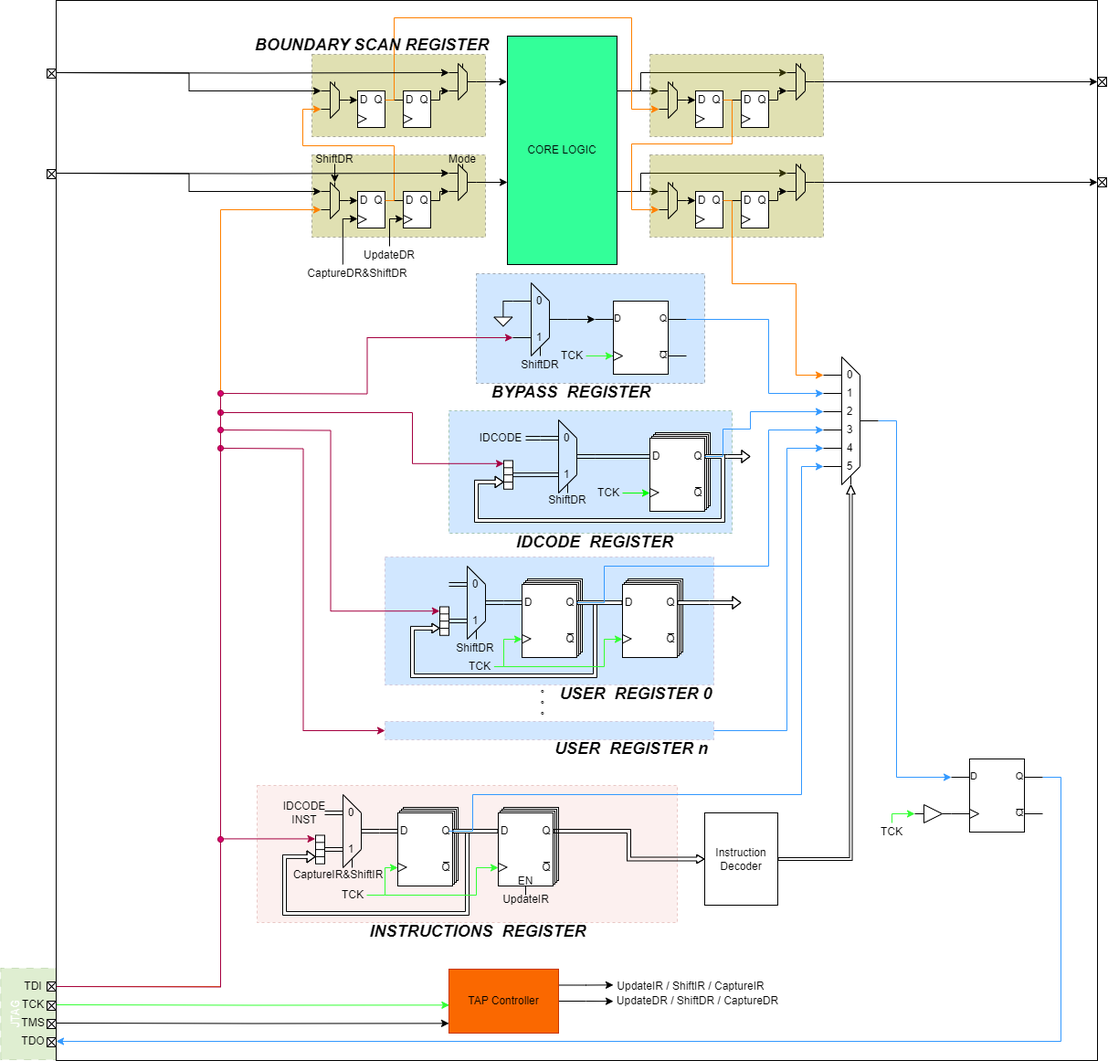
The draw.io diagram _posts/JTAG协议与硬件实现/JTAG_Arch.png in Verdvana/Verdvana.github.io, before a commit. Source tidied: cells renumbered, new cells last; positions are measured from the earlier drawing's top-left corner, leaving out a move shared by most shapes.
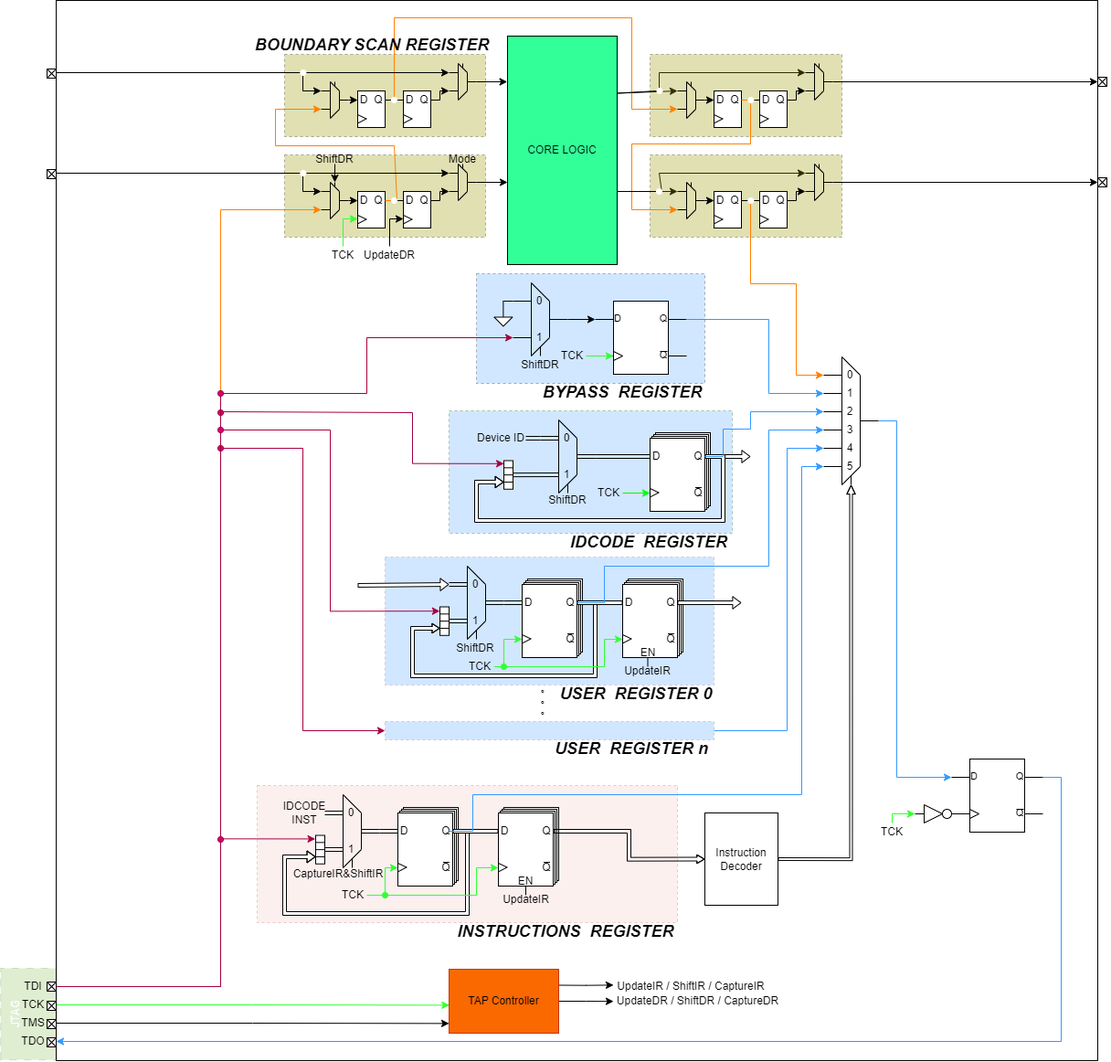
Later version of the same file.

Diff of the diagram source:
```diff
@@ -11,6 +11,6 @@
     <mxCell id="4" style="rounded=0;whiteSpace=wrap;html=1;fillColor=#999900;dashed=1;opacity=30;" parent="1" vertex="1">
-      <mxGeometry x="360" y="59" width="190" height="90" as="geometry" />
+      <mxGeometry x="330" y="59" width="220" height="90" as="geometry" />
     </mxCell>
     <mxCell id="5" style="rounded=0;whiteSpace=wrap;html=1;fillColor=#999900;dashed=1;opacity=30;" parent="1" vertex="1">
-      <mxGeometry x="360" y="169" width="190" height="90" as="geometry" />
+      <mxGeometry x="330" y="169" width="220" height="90" as="geometry" />
     </mxCell>
@@ -748,3 +748,3 @@
     </mxCell>
-    <mxCell id="167" style="edgeStyle=none;jettySize=auto;html=1;rounded=0;endArrow=none;endFill=0;exitX=1;exitY=0.5;exitDx=0;exitDy=0;" parent="161" edge="1" source="165">
+    <mxCell id="167" style="edgeStyle=none;jettySize=auto;html=1;rounded=0;endArrow=none;endFill=0;exitX=1;exitY=0.5;exitDx=0;exitDy=0;" parent="161" edge="1" source="161">
       <mxGeometry relative="1" as="geometry">
@@ -753,2 +753,5 @@
     </mxCell>
+    <mxCell id="424" style="ellipse;whiteSpace=wrap;html=1;strokeColor=#000000;fillColor=none;" parent="161" vertex="1">
+      <mxGeometry x="30" y="5" width="10" height="10" as="geometry" />
+    </mxCell>
     <mxCell id="168" style="edgeStyle=orthogonalEdgeStyle;rounded=0;jettySize=auto;html=1;exitX=1;exitY=0.5;exitDx=0;exitDy=0;entryX=0;entryY=0.75;entryDx=0;entryDy=0;entryPerimeter=0;endArrow=none;endFill=0;" parent="1" edge="1" source="161" target="160">
@@ -974,3 +977,3 @@
     </mxCell>
-    <mxCell id="216" style="edgeStyle=orthogonalEdgeStyle;rounded=0;jettySize=auto;html=1;exitX=1;exitY=0.5;exitDx=0;exitDy=0;entryX=0;entryY=0.5;entryDx=0;entryDy=0;endArrow=none;endFill=0;" parent="1" edge="1" source="209" target="214">
+    <mxCell id="216" style="edgeStyle=orthogonalEdgeStyle;rounded=0;jettySize=auto;html=1;exitX=1;exitY=0.5;exitDx=0;exitDy=0;entryX=0;entryY=0.5;entryDx=0;entryDy=0;endArrow=none;endFill=0;startArrow=none;" parent="1" edge="1" source="432" target="214">
       <mxGeometry relative="1" as="geometry" />
@@ -1090,3 +1093,3 @@
     </mxCell>
-    <mxCell id="237" style="edgeStyle=orthogonalEdgeStyle;rounded=0;jettySize=auto;html=1;exitX=1;exitY=0.5;exitDx=0;exitDy=0;entryX=0;entryY=0.75;entryDx=0;entryDy=0;fillColor=#fa6800;strokeColor=#FF8000;" parent="1" edge="1" source="176" target="227">
+    <mxCell id="237" style="edgeStyle=orthogonalEdgeStyle;rounded=0;jettySize=auto;html=1;exitX=1;exitY=0.5;exitDx=0;exitDy=0;entryX=0;entryY=0.75;entryDx=0;entryDy=0;fillColor=#fa6800;strokeColor=#FF8000;startArrow=none;" parent="1" edge="1" source="430" target="227">
       <mxGeometry relative="1" as="geometry">
@@ -1095,4 +1098,4 @@
           <mxPoint x="450" y="159" />
-          <mxPoint x="350" y="159" />
-          <mxPoint x="350" y="119" />
+          <mxPoint x="320" y="159" />
+          <mxPoint x="320" y="119" />
         </Array>
@@ -1114,8 +1117,6 @@
     </mxCell>
-    <mxCell id="240" style="edgeStyle=orthogonalEdgeStyle;rounded=0;jettySize=auto;html=1;exitX=1;exitY=0.25;exitDx=0;exitDy=0;entryX=0;entryY=0.25;entryDx=0;entryDy=0;" parent="1" edge="1" source="242" target="294">
+    <mxCell id="240" style="edgeStyle=orthogonalEdgeStyle;rounded=0;jettySize=auto;html=1;exitX=1;exitY=0.25;exitDx=0;exitDy=0;entryX=0;entryY=0.25;entryDx=0;entryDy=0;startArrow=none;" parent="1" edge="1" source="440" target="294">
       <mxGeometry relative="1" as="geometry">
         <Array as="points">
-          <mxPoint x="694" y="99" />
-          <mxPoint x="720" y="99" />
-          <mxPoint x="720" y="79" />
+          <mxPoint x="740" y="79" />
         </Array>
@@ -1123,8 +1124,6 @@
     </mxCell>
-    <mxCell id="241" style="edgeStyle=orthogonalEdgeStyle;rounded=0;jettySize=auto;html=1;exitX=1;exitY=0.75;exitDx=0;exitDy=0;entryX=0;entryY=0.25;entryDx=0;entryDy=0;" parent="1" edge="1" source="242" target="258">
+    <mxCell id="241" style="edgeStyle=orthogonalEdgeStyle;rounded=0;jettySize=auto;html=1;exitX=1;exitY=0.75;exitDx=0;exitDy=0;entryX=0;entryY=0.25;entryDx=0;entryDy=0;startArrow=none;" parent="1" edge="1" source="438" target="258">
       <mxGeometry relative="1" as="geometry">
         <Array as="points">
-          <mxPoint x="694" y="209" />
-          <mxPoint x="720" y="209" />
-          <mxPoint x="720" y="189" />
+          <mxPoint x="740" y="189" />
         </Array>
@@ -1136,6 +1135,6 @@
     <mxCell id="243" style="rounded=0;whiteSpace=wrap;html=1;fillColor=#999900;dashed=1;opacity=30;" parent="1" vertex="1">
-      <mxGeometry x="730" y="169" width="190" height="90" as="geometry" />
+      <mxGeometry x="730" y="169" width="210" height="90" as="geometry" />
     </mxCell>
     <mxCell id="244" style="group;" parent="1" vertex="1">
-      <mxGeometry x="780" y="209" width="30" height="40" as="geometry" />
+      <mxGeometry x="800" y="209" width="30" height="40" as="geometry" />
     </mxCell>
@@ -1163,3 +1162,3 @@
     <mxCell id="250" style="group;" parent="1" vertex="1">
-      <mxGeometry x="830" y="209" width="30" height="40" as="geometry" />
+      <mxGeometry x="850" y="209" width="30" height="40" as="geometry" />
     </mxCell>
@@ -1186,3 +1185,3 @@
     </mxCell>
-    <mxCell id="256" style="edgeStyle=orthogonalEdgeStyle;rounded=0;jettySize=auto;html=1;exitX=1;exitY=0.5;exitDx=0;exitDy=0;entryX=0;entryY=0.5;entryDx=0;entryDy=0;endArrow=none;endFill=0;" parent="1" edge="1" source="249" target="254">
+    <mxCell id="256" style="edgeStyle=orthogonalEdgeStyle;rounded=0;jettySize=auto;html=1;exitX=1;exitY=0.5;exitDx=0;exitDy=0;entryX=0;entryY=0.5;entryDx=0;entryDy=0;endArrow=none;endFill=0;startArrow=none;" parent="1" edge="1" source="436" target="254">
       <mxGeometry relative="1" as="geometry" />
@@ -1193,3 +1192,3 @@
     <mxCell id="258" style="group;" parent="1" vertex="1">
-      <mxGeometry x="880" y="179" width="30" height="40" as="geometry" />
+      <mxGeometry x="900" y="179" width="30" height="40" as="geometry" />
     </mxCell>
@@ -1247,3 +1246,3 @@
     <mxCell id="268" style="group;" parent="1" vertex="1">
-      <mxGeometry x="740" y="199" width="30" height="40" as="geometry" />
+      <mxGeometry x="760" y="199" width="30" height="40" as="geometry" />
     </mxCell>
@@ -1300,4 +1299,4 @@
         <Array as="points">
-          <mxPoint x="870" y="219" />
-          <mxPoint x="870" y="209" />
+          <mxPoint x="890" y="219" />
+          <mxPoint x="890" y="209" />
         </Array>
@@ -1308,4 +1307,4 @@
         <Array as="points">
-          <mxPoint x="820" y="219" />
-          <mxPoint x="820" y="310" />
+          <mxPoint x="840" y="219" />
+          <mxPoint x="840" y="310" />
           <mxPoint x="890" y="310" />
@@ -1316,6 +1315,6 @@
     <mxCell id="279" style="rounded=0;whiteSpace=wrap;html=1;fillColor=#999900;dashed=1;opacity=30;" parent="1" vertex="1">
-      <mxGeometry x="730" y="59" width="190" height="90" as="geometry" />
+      <mxGeometry x="730" y="59" width="210" height="90" as="geometry" />
     </mxCell>
     <mxCell id="280" style="group;" parent="1" vertex="1">
-      <mxGeometry x="780" y="99" width="30" height="40" as="geometry" />
+      <mxGeometry x="800" y="99" width="30" height="40" as="geometry" />
     </mxCell>
@@ -1343,3 +1342,3 @@
     <mxCell id="286" style="group;" parent="1" vertex="1">
-      <mxGeometry x="830" y="99" width="30" height="40" as="geometry" />
+      <mxGeometry x="850" y="99" width="30" height="40" as="geometry" />
     </mxCell>
@@ -1373,3 +1372,3 @@
     <mxCell id="294" style="group;" parent="1" vertex="1">
-      <mxGeometry x="880" y="69" width="30" height="40" as="geometry" />
+      <mxGeometry x="900" y="69" width="30" height="40" as="geometry" />
     </mxCell>
@@ -1427,3 +1426,3 @@
     <mxCell id="304" style="group;" parent="1" vertex="1">
-      <mxGeometry x="740" y="89" width="30" height="40" as="geometry" />
+      <mxGeometry x="760" y="89" width="30" height="40" as="geometry" />
     </mxCell>
@@ -1480,4 +1479,4 @@
         <Array as="points">
-          <mxPoint x="870" y="109" />
-          <mxPoint x="870" y="99" />
+          <mxPoint x="890" y="109" />
+          <mxPoint x="890" y="99" />
         </Array>
@@ -1485,7 +1484,7 @@
     </mxCell>
-    <mxCell id="314" style="edgeStyle=orthogonalEdgeStyle;rounded=0;jettySize=auto;html=1;exitX=1;exitY=0.5;exitDx=0;exitDy=0;entryX=0;entryY=0.75;entryDx=0;entryDy=0;fillColor=#fa6800;strokeColor=#FF8000;" parent="1" edge="1" source="285" target="268">
+    <mxCell id="314" style="edgeStyle=orthogonalEdgeStyle;rounded=0;jettySize=auto;html=1;exitX=1;exitY=0.5;exitDx=0;exitDy=0;entryX=0;entryY=0.75;entryDx=0;entryDy=0;fillColor=#fa6800;strokeColor=#FF8000;startArrow=none;" parent="1" edge="1" source="434" target="268">
       <mxGeometry relative="1" as="geometry">
         <Array as="points">
-          <mxPoint x="820" y="109" />
-          <mxPoint x="820" y="157" />
+          <mxPoint x="840" y="109" />
+          <mxPoint x="840" y="157" />
           <mxPoint x="710" y="157" />
@@ -1516,2 +1515,6 @@
         <mxPoint x="80" y="79" as="sourcePoint" />
+        <Array as="points">
+          <mxPoint x="350" y="79" />
+          <mxPoint x="350" y="99" />
+        </Array>
       </mxGeometry>
@@ -1526,2 +1529,6 @@
         <mxPoint x="80" y="189" as="sourcePoint" />
+        <Array as="points">
+          <mxPoint x="350" y="189" />
+          <mxPoint x="350" y="209" />
+        </Array>
       </mxGeometry>
@@ -1555,5 +1562,6 @@
     </mxCell>
-    <mxCell id="328" style="edgeStyle=orthogonalEdgeStyle;rounded=0;jettySize=auto;html=1;exitX=0.298;exitY=-0.005;exitDx=0;exitDy=0;entryX=0;entryY=0.75;entryDx=0;entryDy=0;exitPerimeter=0;" parent="1" edge="1" source="329" target="172">
+    <mxCell id="328" style="edgeStyle=orthogonalEdgeStyle;rounded=0;jettySize=auto;html=1;exitX=0.5;exitY=0;exitDx=0;exitDy=0;entryX=0;entryY=0.75;entryDx=0;entryDy=0;fillColor=#60a917;strokeColor=#33FF33;" parent="1" edge="1" source="329" target="172">
       <mxGeometry relative="1" as="geometry">
         <Array as="points">
+          <mxPoint x="394" y="269" />
           <mxPoint x="394" y="239" />
@@ -1562,4 +1570,4 @@
     </mxCell>
-    <mxCell id="329" value="CaptureDR&amp;amp;ShiftDR" style="text;strokeColor=none;align=center;fillColor=none;html=1;verticalAlign=middle;whiteSpace=wrap;rounded=0;" parent="1" vertex="1">
-      <mxGeometry x="370" y="289" width="80" height="20" as="geometry" />
+    <mxCell id="329" value="TCK" style="text;strokeColor=none;align=center;fillColor=none;html=1;verticalAlign=middle;whiteSpace=wrap;rounded=0;" parent="1" vertex="1">
+      <mxGeometry x="379" y="269" width="30" height="20" as="geometry" />
     </mxCell>
@@ -1606,3 +1614,3 @@
     <mxCell id="339" value="&lt;i&gt;&lt;font style=&quot;font-size: 18px;&quot;&gt;&lt;b&gt;INSTRUCTIONS&amp;nbsp; REGISTER&lt;/b&gt;&lt;/font&gt;&lt;/i&gt;" style="text;strokeColor=none;align=center;fillColor=none;html=1;verticalAlign=middle;whiteSpace=wrap;rounded=0;" parent="1" vertex="1">
-      <mxGeometry x="420" y="1009" width="244" height="20" as="geometry" />
+      <mxGeometry x="516" y="1009" width="244" height="20" as="geometry" />
     </mxCell>
@@ -1615,6 +1623,6 @@
     <mxCell id="342" value="&lt;i&gt;&lt;font style=&quot;font-size: 18px;&quot;&gt;&lt;b&gt;IDCODE&amp;nbsp; REGISTER&lt;/b&gt;&lt;/font&gt;&lt;/i&gt;" style="text;strokeColor=none;align=center;fillColor=none;html=1;verticalAlign=middle;whiteSpace=wrap;rounded=0;" parent="1" vertex="1">
-      <mxGeometry x="580" y="583" width="180" height="20" as="geometry" />
+      <mxGeometry x="639.4" y="583" width="180" height="20" as="geometry" />
     </mxCell>
     <mxCell id="343" value="&lt;i&gt;&lt;font style=&quot;font-size: 18px;&quot;&gt;&lt;b&gt;BYPASS&amp;nbsp; REGISTER&lt;/b&gt;&lt;/font&gt;&lt;/i&gt;" style="text;strokeColor=none;align=center;fillColor=none;html=1;verticalAlign=middle;whiteSpace=wrap;rounded=0;" parent="1" vertex="1">
-      <mxGeometry x="554" y="419" width="180" height="20" as="geometry" />
+      <mxGeometry x="610" y="419" width="180" height="20" as="geometry" />
     </mxCell>
@@ -1656,3 +1664,3 @@
     </mxCell>
-    <mxCell id="354" value="IDCODE" style="text;strokeColor=none;align=center;fillColor=none;html=1;verticalAlign=middle;whiteSpace=wrap;rounded=0;" parent="1" vertex="1">
+    <mxCell id="354" value="Device ID" style="text;strokeColor=none;align=center;fillColor=none;html=1;verticalAlign=middle;whiteSpace=wrap;rounded=0;" parent="1" vertex="1">
       <mxGeometry x="540" y="469" width="54" height="20" as="geometry" />
@@ -1914,2 +1922,81 @@
     </mxCell>
+    <mxCell id="425" value="EN" style="text;strokeColor=none;align=center;fillColor=none;html=1;verticalAlign=middle;whiteSpace=wrap;rounded=0;" parent="1" vertex="1">
+      <mxGeometry x="717.5" y="709" width="20" height="10" as="geometry" />
+    </mxCell>
+    <mxCell id="426" style="edgeStyle=orthogonalEdgeStyle;rounded=0;jettySize=auto;html=1;exitX=0.5;exitY=0;exitDx=0;exitDy=0;entryX=0.5;entryY=1;entryDx=0;entryDy=0;endArrow=none;endFill=0;" parent="1" edge="1" source="427" target="425">
+      <mxGeometry relative="1" as="geometry" />
+    </mxCell>
+    <mxCell id="427" value="UpdateIR" style="text;strokeColor=none;align=center;fillColor=none;html=1;verticalAlign=middle;whiteSpace=wrap;rounded=0;" parent="1" vertex="1">
+      <mxGeometry x="700" y="729" width="55" height="10" as="geometry" />
+    </mxCell>
+    <mxCell id="428" style="edgeStyle=orthogonalEdgeStyle;rounded=0;jettySize=auto;html=1;exitX=1;exitY=0.5;exitDx=0;exitDy=0;shape=flexArrow;endArrow=block;endFill=0;width=4;fillColor=default;endWidth=8.524590163934427;endSize=2.695081967213115;entryX=0;entryY=0.25;entryDx=0;entryDy=0;" parent="1" edge="1" target="113">
+      <mxGeometry relative="1" as="geometry">
+        <mxPoint x="410" y="640" as="sourcePoint" />
+        <Array as="points">
+          <mxPoint x="410" y="639" />
+        </Array>
+      </mxGeometry>
+    </mxCell>
+    <mxCell id="429" style="edgeStyle=orthogonalEdgeStyle;rounded=0;jettySize=auto;html=1;exitX=1;exitY=0.5;exitDx=0;exitDy=0;entryX=0;entryY=0.75;entryDx=0;entryDy=0;fillColor=#fa6800;strokeColor=#FF8000;endArrow=none;" parent="1" edge="1" source="176" target="430">
+      <mxGeometry relative="1" as="geometry">
+        <Array as="points">
+          <mxPoint x="450" y="219" />
+        </Array>
+      </mxGeometry>
+    </mxCell>
+    <mxCell id="430" style="ellipse;whiteSpace=wrap;html=1;strokeColor=#FFFFFF;fillColor=#FFFFFF;" parent="1" vertex="1">
+      <mxGeometry x="447" y="216" width="6" height="6" as="geometry" />
+    </mxCell>
+    <mxCell id="431" style="edgeStyle=orthogonalEdgeStyle;rounded=0;jettySize=auto;html=1;exitX=1;exitY=0.5;exitDx=0;exitDy=0;entryX=0;entryY=0.5;entryDx=0;entryDy=0;endArrow=none;endFill=0;" parent="1" edge="1" source="209" target="432">
+      <mxGeometry relative="1" as="geometry" />
+    </mxCell>
+    <mxCell id="432" style="ellipse;whiteSpace=wrap;html=1;strokeColor=#FFFFFF;fillColor=#FFFFFF;" parent="1" vertex="1">
+      <mxGeometry x="447" y="106" width="6" height="6" as="geometry" />
+    </mxCell>
+    <mxCell id="433" style="edgeStyle=orthogonalEdgeStyle;rounded=0;jettySize=auto;html=1;exitX=1;exitY=0.5;exitDx=0;exitDy=0;entryX=0;entryY=0.75;entryDx=0;entryDy=0;fillColor=#fa6800;strokeColor=#FF8000;endArrow=none;" parent="1" edge="1" source="285" target="434">
+      <mxGeometry relative="1" as="geometry" />
+    </mxCell>
+    <mxCell id="434" style="ellipse;whiteSpace=wrap;html=1;strokeColor=#FFFFFF;fillColor=#FFFFFF;" parent="1" vertex="1">
+      <mxGeometry x="837.4" y="106" width="6" height="6" as="geometry" />
+    </mxCell>
+    <mxCell id="435" style="edgeStyle=orthogonalEdgeStyle;rounded=0;jettySize=auto;html=1;exitX=1;exitY=0.5;exitDx=0;exitDy=0;entryX=0;entryY=0.5;entryDx=0;entryDy=0;endArrow=none;endFill=0;" parent="1" edge="1" source="249" target="436">
+      <mxGeometry relative="1" as="geometry" />
+    </mxCell>
+    <mxCell id="436" style="ellipse;whiteSpace=wrap;html=1;strokeColor=#FFFFFF;fillColor=#FFFFFF;" parent="1" vertex="1">
+      <mxGeometry x="837.4" y="216" width="6" height="6" as="geometry" />
+    </mxCell>
+    <mxCell id="437" style="edgeStyle=orthogonalEdgeStyle;rounded=0;jettySize=auto;html=1;exitX=1;exitY=0.75;exitDx=0;exitDy=0;entryX=0;entryY=0.25;entryDx=0;entryDy=0;endArrow=none;" parent="1" edge="1" source="242" target="438">
+      <mxGeometry relative="1" as="geometry">
+        <Array as="points">
+          <mxPoint x="694" y="209" />
+          <mxPoint x="737" y="209" />
+        </Array>
+      </mxGeometry>
+    </mxCell>
+    <mxCell id="438" style="ellipse;whiteSpace=wrap;html=1;strokeColor=#FFFFFF;fillColor=#FFFFFF;" parent="1" vertex="1">
+      <mxGeometry x="737" y="206" width="6" height="6" as="geometry" />
+    </mxCell>
+    <mxCell id="439" style="edgeStyle=orthogonalEdgeStyle;rounded=0;jettySize=auto;html=1;exitX=1;exitY=0.25;exitDx=0;exitDy=0;entryX=0;entryY=0.25;entryDx=0;entryDy=0;endArrow=none;" parent="1" edge="1" source="242" target="440">
+      <mxGeometry relative="1" as="geometry">
+        <Array as="points">
+          <mxPoint x="694" y="99" />
+          <mxPoint x="738" y="99" />
+        </Array>
+      </mxGeometry>
+    </mxCell>
+    <mxCell id="440" style="ellipse;whiteSpace=wrap;html=1;strokeColor=#FFFFFF;fillColor=#FFFFFF;" parent="1" vertex="1">
+      <mxGeometry x="737.5" y="96" width="6" height="6" as="geometry" />
+    </mxCell>
+    <mxCell id="441" style="ellipse;whiteSpace=wrap;html=1;strokeColor=#FFFFFF;fillColor=#FFFFFF;" parent="1" vertex="1">
+      <mxGeometry x="347.4" y="186" width="6" height="6" as="geometry" />
+    </mxCell>
+    <mxCell id="442" style="ellipse;whiteSpace=wrap;html=1;strokeColor=#FFFFFF;fillColor=#FFFFFF;" parent="1" vertex="1">
+      <mxGeometry x="347.4" y="76" width="6" height="6" as="geometry" />
+    </mxCell>
+    <mxCell id="443" style="ellipse;whiteSpace=wrap;html=1;strokeColor=#33FF33;fillColor=#33FF33;" parent="1" vertex="1">
+      <mxGeometry x="567" y="726" width="6" height="6" as="geometry" />
+    </mxCell>
+    <mxCell id="444" style="ellipse;whiteSpace=wrap;html=1;strokeColor=#33FF33;fillColor=#33FF33;" parent="1" vertex="1">
+      <mxGeometry x="437" y="976" width="6" height="6" as="geometry" />
+    </mxCell>
   </root>
```
